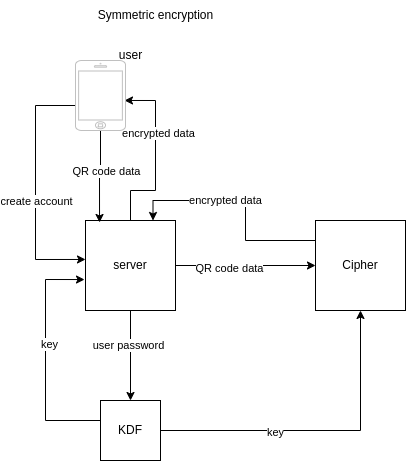
The draw.io diagram server-side-detailed.drawio.png in qpey/.github, before a commit. Source tidied: cells renumbered, new cells last; positions are measured from the earlier drawing's top-left corner, leaving out a move shared by most shapes.
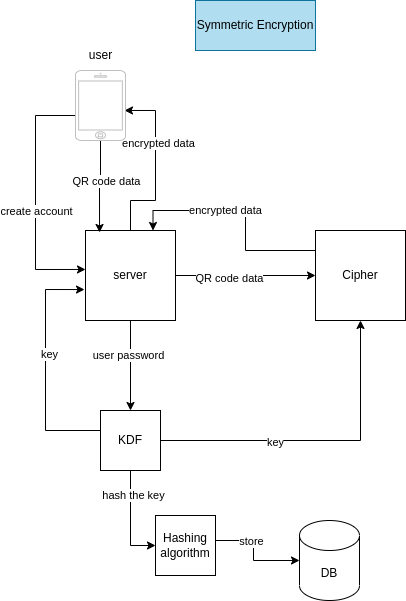
After the commit.

What changed in the source:
```diff
@@ -54,7 +54,7 @@
       <mxGeometry x="40" y="60" width="50" height="70" as="geometry" />
     </mxCell>
     <mxCell id="14" value="user" style="text;html=1;align=center;verticalAlign=middle;strokeColor=none;fillColor=none;" parent="1" vertex="1">
-      <mxGeometry x="70" y="40" width="50" height="30" as="geometry" />
+      <mxGeometry x="40" y="30" width="50" height="30" as="geometry" />
     </mxCell>
     <mxCell id="15" style="edgeStyle=orthogonalEdgeStyle;rounded=0;jettySize=auto;html=1;entryX=-0.011;entryY=0.656;entryDx=0;entryDy=0;entryPerimeter=0;" parent="1" edge="1" source="19" target="8">
       <mxGeometry relative="1" as="geometry">
@@ -73,6 +73,12 @@
     <mxCell id="18" value="key" style="edgeLabel;html=1;align=center;verticalAlign=middle;" parent="17" vertex="1">
       <mxGeometry x="-0.29" y="-1" relative="1" as="geometry" />
     </mxCell>
+    <mxCell id="24" style="edgeStyle=orthogonalEdgeStyle;rounded=0;jettySize=auto;html=1;entryX=0;entryY=0.5;entryDx=0;entryDy=0;" parent="1" edge="1" source="19" target="30">
+      <mxGeometry relative="1" as="geometry" />
+    </mxCell>
+    <mxCell id="25" value="hash the key" style="edgeLabel;html=1;align=center;verticalAlign=middle;" parent="24" vertex="1">
+      <mxGeometry x="-0.52" y="2" relative="1" as="geometry" />
+    </mxCell>
     <mxCell id="19" value="KDF" style="whiteSpace=wrap;html=1;" parent="1" vertex="1">
       <mxGeometry x="65" y="400" width="60" height="60" as="geometry" />
     </mxCell>
@@ -91,8 +97,25 @@
     <mxCell id="22" value="Cipher" style="whiteSpace=wrap;html=1;" parent="1" vertex="1">
       <mxGeometry x="280" y="220" width="90" height="90" as="geometry" />
     </mxCell>
-    <mxCell id="23" value="Symmetric encryption" style="text;html=1;align=center;verticalAlign=middle;strokeColor=none;fillColor=none;" parent="1" vertex="1">
-      <mxGeometry x="50" width="140" height="30" as="geometry" />
-    </mxCell>
+    <mxCell id="26" value="Symmetric Encryption" style="rounded=0;whiteSpace=wrap;html=1;fillColor=#b1ddf0;strokeColor=#10739e;" parent="1" vertex="1">
+      <mxGeometry x="160" y="-10" width="120" height="50" as="geometry" />
+    </mxCell>
+    <mxCell id="27" value="DB" style="shape=cylinder3;whiteSpace=wrap;html=1;boundedLbl=1;backgroundOutline=1;size=15;" parent="1" vertex="1">
+      <mxGeometry x="264" y="510" width="60" height="80" as="geometry" />
+    </mxCell>
+    <mxCell id="28" style="edgeStyle=orthogonalEdgeStyle;rounded=0;jettySize=auto;html=1;entryX=0;entryY=0.5;entryDx=0;entryDy=0;entryPerimeter=0;" parent="1" edge="1" source="30" target="27">
+      <mxGeometry relative="1" as="geometry">
+        <Array as="points">
+          <mxPoint x="218" y="530" />
+          <mxPoint x="218" y="550" />
+        </Array>
+      </mxGeometry>
+    </mxCell>
+    <mxCell id="29" value="store" style="edgeLabel;html=1;align=center;verticalAlign=middle;" parent="28" vertex="1">
+      <mxGeometry x="-0.32" relative="1" as="geometry" />
+    </mxCell>
+    <mxCell id="30" value="Hashing algorithm" style="whiteSpace=wrap;html=1;" parent="1" vertex="1">
+      <mxGeometry x="120" y="505" width="60" height="60" as="geometry" />
+    </mxCell>
   </root>
 </mxGraphModel>
```
